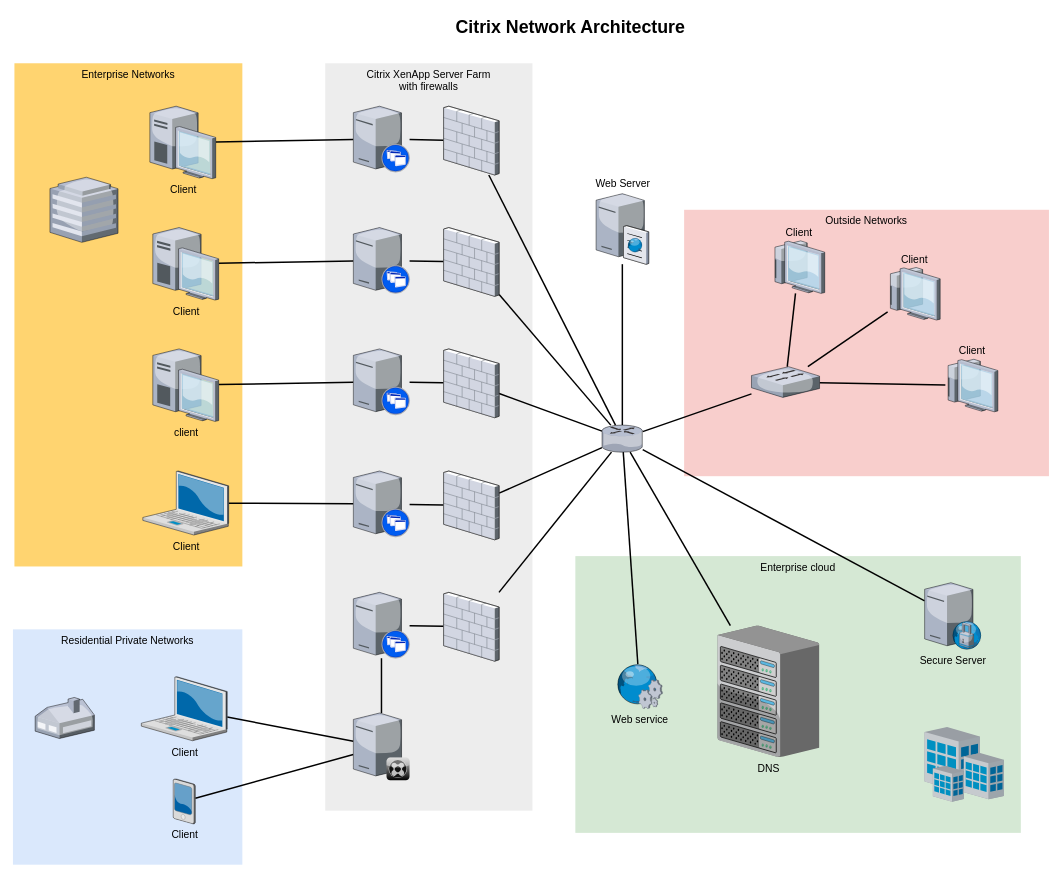
Earlier version of the draw.io diagram DPSNEW-hardwareall.drawio (czjczj20/draw.io). Source tidied: cells renumbered, new cells numbered last; positions are measured from the earlier drawing's top-left corner, leaving out a move shared by most shapes. Both pictures are drawn from the tidied source at 74%, with x=0, y=0 at pixel (13, 13).
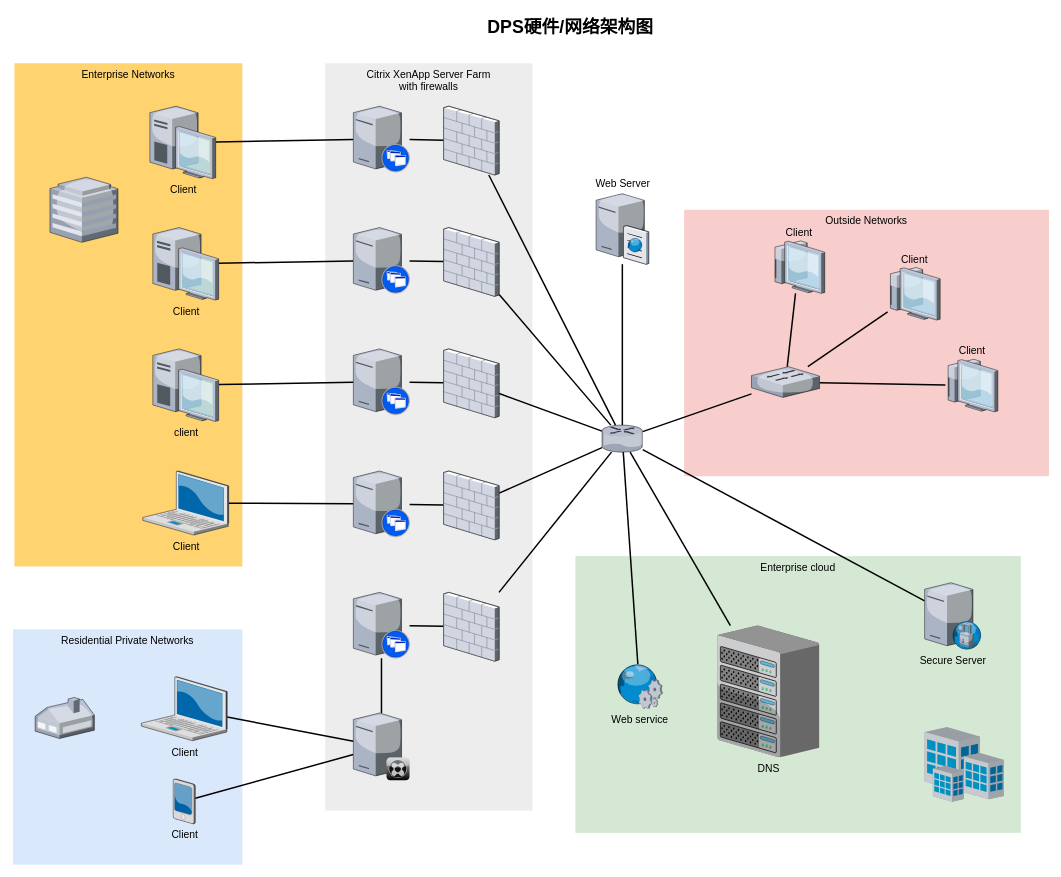
The same page after the edit.

Diff of the diagram source:
```diff
@@
-    <mxCell id="61" value="Citrix Network Architecture" style="text;strokeColor=none;fillColor=none;html=1;fontSize=24;fontStyle=1;verticalAlign=middle;align=center;" parent="1" vertex="1">
+    <mxCell id="61" value="DPS硬件/网络架构图" style="text;strokeColor=none;fillColor=none;html=1;fontSize=24;fontStyle=1;verticalAlign=middle;align=center;" parent="1" vertex="1">
       <mxGeometry x="322" width="861" height="40" as="geometry" />
     </mxCell>
```
